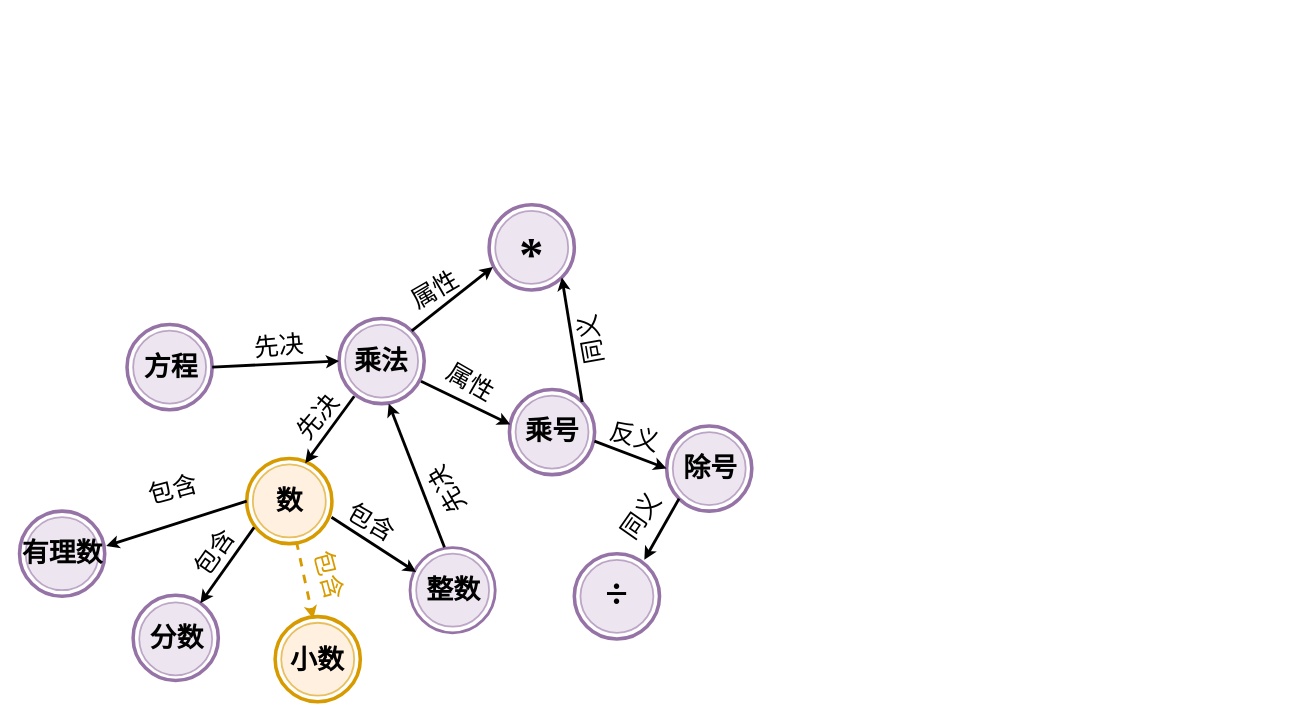
Before: ckg.drawio in yjq12/DeepKE, a draw.io diagram. Source tidied: cells renumbered, new cells numbered last; positions are measured from the earlier drawing's top-left corner, leaving out a move shared by most shapes. Both pictures are drawn from the tidied source at 71%, with x=0, y=0 at pixel (12, 204).
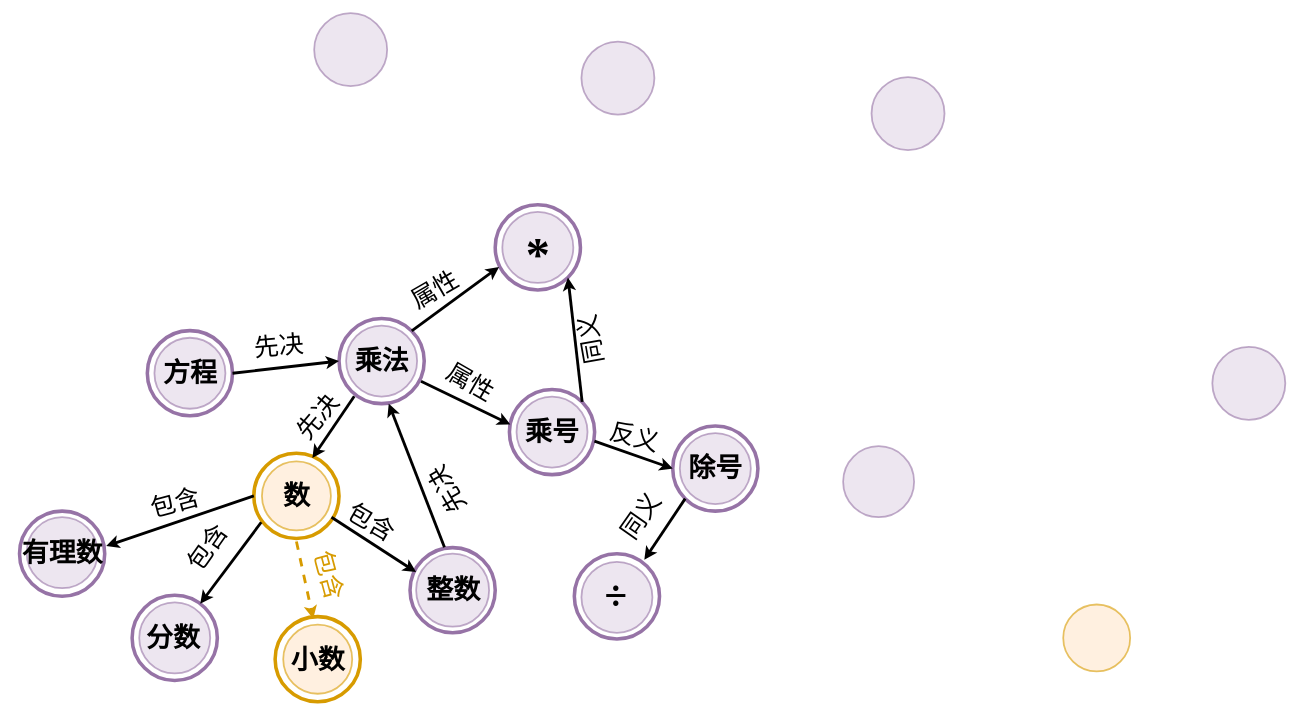
After the change.

What changed in the source:
```diff
@@
     <mxCell id="2" style="ellipse;whiteSpace=wrap;html=1;strokeWidth=2.5;fillColor=#ffe6cc;strokeColor=#d79b00;fontFamily=Times New Roman;fontSize=50;hachureGap=4;opacity=60;" parent="1" vertex="1">
-      <mxGeometry x="338.6" y="365.7" width="102.8" height="102.8" as="geometry" />
+      <mxGeometry x="1480" y="562.9" width="94.3" height="94.3" as="geometry" />
     </mxCell>
     <mxCell id="3" style="ellipse;whiteSpace=wrap;html=1;strokeWidth=5;fillColor=none;strokeColor=#d79b00;fontFamily=Times New Roman;fontSize=50;hachureGap=4;" parent="1" vertex="1">
-      <mxGeometry x="330" y="357.2" width="120" height="120" as="geometry" />
+      <mxGeometry x="340" y="350" width="120" height="120" as="geometry" />
     </mxCell>
-    <mxCell id="4" style="ellipse;whiteSpace=wrap;html=1;strokeWidth=4;fillColor=none;strokeColor=#9673a6;fontFamily=Times New Roman;fontSize=50;hachureGap=4;" parent="1" vertex="1">
+    <mxCell id="4" style="ellipse;whiteSpace=wrap;html=1;strokeWidth=5;fillColor=none;strokeColor=#9673a6;fontFamily=Times New Roman;fontSize=50;hachureGap=4;" parent="1" vertex="1">
       <mxGeometry x="560" y="482.8" width="120" height="120" as="geometry" />
     </mxCell>
@@
     <mxCell id="7" style="ellipse;whiteSpace=wrap;html=1;strokeWidth=2.5;fillColor=#e1d5e7;strokeColor=#9673a6;fontFamily=Times New Roman;fontSize=50;hachureGap=4;opacity=60;" parent="1" vertex="1">
-      <mxGeometry x="178.6" y="560" width="102.8" height="102.8" as="geometry" />
+      <mxGeometry x="178.6" y="560" width="100" height="100" as="geometry" />
     </mxCell>
     <mxCell id="8" style="ellipse;whiteSpace=wrap;html=1;strokeWidth=5;fillColor=none;strokeColor=#9673a6;fontFamily=Times New Roman;fontSize=50;hachureGap=4;" parent="1" vertex="1">
-      <mxGeometry x="170" y="550" width="120" height="120" as="geometry" />
+      <mxGeometry x="168.6" y="550" width="120" height="120" as="geometry" />
     </mxCell>
@@
     <mxCell id="11" style="ellipse;whiteSpace=wrap;html=1;strokeWidth=2.5;fillColor=#ffe6cc;strokeColor=#d79b00;fontFamily=Times New Roman;fontSize=50;hachureGap=4;opacity=60;" parent="1" vertex="1">
-      <mxGeometry x="378.6" y="588.6" width="102.8" height="102.8" as="geometry" />
+      <mxGeometry x="381.4" y="591.4" width="97.2" height="97.2" as="geometry" />
     </mxCell>
@@
     <mxCell id="15" style="ellipse;whiteSpace=wrap;html=1;strokeWidth=2.5;fillColor=#e1d5e7;strokeColor=#9673a6;fontFamily=Times New Roman;fontSize=50;hachureGap=4;opacity=60;" parent="1" vertex="1">
-      <mxGeometry x="18.6" y="440" width="102.8" height="102.8" as="geometry" />
+      <mxGeometry x="20" y="440" width="100" height="100" as="geometry" />
     </mxCell>
@@
     <mxCell id="17" style="ellipse;whiteSpace=wrap;html=1;strokeWidth=2.5;fillColor=#e1d5e7;strokeColor=#9673a6;fontFamily=Times New Roman;fontSize=50;hachureGap=4;opacity=60;" parent="1" vertex="1">
-      <mxGeometry x="468.6" y="168.6" width="102.8" height="102.8" as="geometry" />
+      <mxGeometry x="1210" y="-180" width="102.8" height="102.8" as="geometry" />
     </mxCell>
@@
     <mxCell id="19" style="ellipse;whiteSpace=wrap;html=1;strokeWidth=2.5;fillColor=#e1d5e7;strokeColor=#9673a6;fontFamily=Times New Roman;fontSize=50;hachureGap=4;opacity=60;" parent="1" vertex="1">
-      <mxGeometry x="170" y="177.2" width="102.8" height="102.8" as="geometry" />
+      <mxGeometry x="801.4" y="-230" width="102.8" height="102.8" as="geometry" />
     </mxCell>
     <mxCell id="20" style="ellipse;whiteSpace=wrap;html=1;strokeWidth=5;fillColor=none;strokeColor=#9673a6;fontFamily=Times New Roman;fontSize=50;hachureGap=4;" parent="1" vertex="1">
-      <mxGeometry x="161.4" y="168.6" width="120" height="120" as="geometry" />
+      <mxGeometry x="190" y="177.2" width="120" height="120" as="geometry" />
     </mxCell>
@@
     <mxCell id="22" style="ellipse;whiteSpace=wrap;html=1;strokeWidth=2.5;fillColor=#e1d5e7;strokeColor=#9673a6;fontFamily=Times New Roman;fontSize=50;hachureGap=4;opacity=60;" parent="1" vertex="1">
-      <mxGeometry x="680" y="8.6" width="102.8" height="102.8" as="geometry" />
+      <mxGeometry x="425" y="-270" width="102.8" height="102.8" as="geometry" />
     </mxCell>
     <mxCell id="23" style="ellipse;whiteSpace=wrap;html=1;strokeWidth=5;fillColor=none;strokeColor=#9673a6;fontFamily=Times New Roman;fontSize=50;hachureGap=4;" parent="1" vertex="1">
-      <mxGeometry x="671.4" width="120" height="120" as="geometry" />
+      <mxGeometry x="680" width="120" height="120" as="geometry" />
     </mxCell>
@@
     <mxCell id="25" style="ellipse;whiteSpace=wrap;html=1;strokeWidth=2.5;fillColor=#e1d5e7;strokeColor=#9673a6;fontFamily=Times New Roman;fontSize=50;hachureGap=4;opacity=60;" parent="1" vertex="1">
-      <mxGeometry x="708.6" y="268.6" width="102.8" height="102.8" as="geometry" />
+      <mxGeometry x="1690" y="200" width="102.8" height="102.8" as="geometry" />
     </mxCell>
-    <mxCell id="26" style="ellipse;whiteSpace=wrap;html=1;strokeWidth=2.5;fillColor=#e1d5e7;strokeColor=#9673a6;fontFamily=Times New Roman;fontSize=50;hachureGap=4;opacity=60;" parent="1" vertex="1">
-      <mxGeometry x="930" y="320" width="102.8" height="102.8" as="geometry" />
-    </mxCell>
     <mxCell id="27" style="ellipse;whiteSpace=wrap;html=1;strokeWidth=5;fillColor=none;strokeColor=#9673a6;fontFamily=Times New Roman;fontSize=50;hachureGap=4;" parent="1" vertex="1">
-      <mxGeometry x="921.4" y="311.4" width="120" height="120" as="geometry" />
+      <mxGeometry x="930" y="311.4" width="120" height="120" as="geometry" />
     </mxCell>
@@
     <mxCell id="29" style="ellipse;whiteSpace=wrap;html=1;strokeWidth=2.5;fillColor=#e1d5e7;strokeColor=#9673a6;fontFamily=Times New Roman;fontSize=50;hachureGap=4;opacity=60;" parent="1" vertex="1">
-      <mxGeometry x="800" y="500" width="102.8" height="102.8" as="geometry" />
+      <mxGeometry x="801.4" y="502.8" width="100" height="100" as="geometry" />
     </mxCell>
@@
-    <mxCell id="35" value="&lt;font style=&quot;font-size: 38px;&quot; face=&quot;Times New Roman&quot;&gt;&lt;b&gt;乘法&lt;/b&gt;&lt;/font&gt;" style="text;html=1;align=center;verticalAlign=middle;strokeColor=none;fillColor=none;fontFamily=Architects Daughter;" parent="1" vertex="1">
-      <mxGeometry x="468.6" y="190" width="100" height="60" as="geometry" />
-    </mxCell>
-    <mxCell id="36" value="&lt;font face=&quot;Times New Roman&quot;&gt;&lt;span style=&quot;font-size: 38px;&quot;&gt;&lt;b&gt;数&lt;/b&gt;&lt;/span&gt;&lt;/font&gt;" style="text;html=1;align=center;verticalAlign=middle;strokeColor=none;fillColor=none;fontFamily=Architects Daughter;" parent="1" vertex="1">
-      <mxGeometry x="360" y="387.2" width="60" height="60" as="geometry" />
-    </mxCell>
-    <mxCell id="37" value="&lt;font face=&quot;Times New Roman&quot;&gt;&lt;span style=&quot;font-size: 38px;&quot;&gt;&lt;b&gt;小数&lt;/b&gt;&lt;/span&gt;&lt;/font&gt;" style="text;html=1;align=center;verticalAlign=middle;strokeColor=none;fillColor=none;fontFamily=Architects Daughter;" parent="1" vertex="1">
-      <mxGeometry x="378.6" y="611.4" width="100" height="60" as="geometry" />
-    </mxCell>
@@
     <mxCell id="41" value="&lt;font face=&quot;Times New Roman&quot;&gt;&lt;span style=&quot;font-size: 38px;&quot;&gt;&lt;b&gt;分数&lt;/b&gt;&lt;/span&gt;&lt;/font&gt;" style="text;html=1;align=center;verticalAlign=middle;strokeColor=none;fillColor=none;fontFamily=Architects Daughter;" parent="1" vertex="1">
-      <mxGeometry x="181.4" y="580" width="100" height="60" as="geometry" />
+      <mxGeometry x="176.4" y="580" width="100" height="60" as="geometry" />
     </mxCell>
@@
-    <mxCell id="43" value="&lt;font face=&quot;Times New Roman&quot;&gt;&lt;span style=&quot;font-size: 38px;&quot;&gt;&lt;b&gt;方程&lt;/b&gt;&lt;/span&gt;&lt;/font&gt;" style="text;html=1;align=center;verticalAlign=middle;strokeColor=none;fillColor=none;fontFamily=Architects Daughter;" parent="1" vertex="1">
-      <mxGeometry x="172.8" y="198.6" width="100" height="60" as="geometry" />
-    </mxCell>
-    <mxCell id="44" value="&lt;font size=&quot;1&quot; face=&quot;Times New Roman&quot;&gt;&lt;b style=&quot;font-size: 68px;&quot;&gt;*&lt;/b&gt;&lt;/font&gt;" style="text;html=1;align=center;verticalAlign=middle;strokeColor=none;fillColor=none;fontFamily=Architects Daughter;" parent="1" vertex="1">
-      <mxGeometry x="701.4" y="20" width="60" height="100" as="geometry" />
-    </mxCell>
@@
     <mxCell id="54" value="&lt;font style=&quot;font-size: 35px;&quot; face=&quot;Times New Roman&quot;&gt;包含&lt;/font&gt;" style="text;html=1;align=center;verticalAlign=middle;strokeColor=none;fillColor=none;fontFamily=Architects Daughter;rotation=-15;" parent="1" vertex="1">
-      <mxGeometry x="181.4" y="371.4" width="90" height="60" as="geometry" />
+      <mxGeometry x="183.6" y="390" width="90" height="60" as="geometry" />
     </mxCell>
     <mxCell id="55" value="&lt;font style=&quot;font-size: 35px;&quot; face=&quot;Times New Roman&quot;&gt;包含&lt;/font&gt;" style="text;html=1;align=center;verticalAlign=middle;strokeColor=none;fillColor=none;fontFamily=Architects Daughter;rotation=-55;" parent="1" vertex="1">
-      <mxGeometry x="240" y="460" width="90" height="60" as="geometry" />
+      <mxGeometry x="230" y="452.9" width="90" height="60" as="geometry" />
     </mxCell>
+    <mxCell id="58" value="&lt;font size=&quot;1&quot; face=&quot;Times New Roman&quot;&gt;&lt;b style=&quot;font-size: 58px;&quot;&gt;÷&lt;/b&gt;&lt;/font&gt;" style="text;html=1;align=center;verticalAlign=middle;strokeColor=none;fillColor=none;fontFamily=Architects Daughter;" parent="1" vertex="1">
+      <mxGeometry x="820" y="511.4" width="60" height="80" as="geometry" />
+    </mxCell>
+    <mxCell id="59" style="ellipse;whiteSpace=wrap;html=1;strokeWidth=2.5;fillColor=#e1d5e7;strokeColor=#9673a6;fontFamily=Times New Roman;fontSize=50;hachureGap=4;opacity=60;" parent="1" vertex="1">
+      <mxGeometry x="940" y="321.4" width="100" height="100" as="geometry" />
+    </mxCell>
+    <mxCell id="60" style="ellipse;whiteSpace=wrap;html=1;strokeWidth=2.5;fillColor=#e1d5e7;strokeColor=#9673a6;fontFamily=Times New Roman;fontSize=50;hachureGap=4;opacity=60;" parent="1" vertex="1">
+      <mxGeometry x="710" y="270" width="100" height="100" as="geometry" />
+    </mxCell>
+    <mxCell id="57" value="&lt;font style=&quot;font-size: 38px;&quot; face=&quot;Times New Roman&quot;&gt;&lt;b&gt;除号&lt;/b&gt;&lt;/font&gt;" style="text;html=1;align=center;verticalAlign=middle;strokeColor=none;fillColor=none;fontFamily=Architects Daughter;" parent="1" vertex="1">
+      <mxGeometry x="940" y="341.4" width="100" height="60" as="geometry" />
+    </mxCell>
+    <mxCell id="61" style="ellipse;whiteSpace=wrap;html=1;strokeWidth=2.5;fillColor=#e1d5e7;strokeColor=#9673a6;fontFamily=Times New Roman;fontSize=50;hachureGap=4;opacity=60;" parent="1" vertex="1">
+      <mxGeometry x="1170" y="340" width="100" height="100" as="geometry" />
+    </mxCell>
     <mxCell id="56" value="&lt;font style=&quot;font-size: 38px;&quot; face=&quot;Times New Roman&quot;&gt;&lt;b&gt;乘号&lt;/b&gt;&lt;/font&gt;" style="text;html=1;align=center;verticalAlign=middle;strokeColor=none;fillColor=none;fontFamily=Architects Daughter;" parent="1" vertex="1">
-      <mxGeometry x="710" y="288.6" width="100" height="60" as="geometry" />
+      <mxGeometry x="710" y="290" width="100" height="60" as="geometry" />
     </mxCell>
-    <mxCell id="57" value="&lt;font style=&quot;font-size: 38px;&quot; face=&quot;Times New Roman&quot;&gt;&lt;b&gt;除号&lt;/b&gt;&lt;/font&gt;" style="text;html=1;align=center;verticalAlign=middle;strokeColor=none;fillColor=none;fontFamily=Architects Daughter;" parent="1" vertex="1">
-      <mxGeometry x="932.8" y="341.4" width="100" height="60" as="geometry" />
-    </mxCell>
-    <mxCell id="58" value="&lt;font size=&quot;1&quot; face=&quot;Times New Roman&quot;&gt;&lt;b style=&quot;font-size: 58px;&quot;&gt;÷&lt;/b&gt;&lt;/font&gt;" style="text;html=1;align=center;verticalAlign=middle;strokeColor=none;fillColor=none;fontFamily=Architects Daughter;" parent="1" vertex="1">
-      <mxGeometry x="821.4" y="508.6" width="60" height="80" as="geometry" />
-    </mxCell>
+    <mxCell id="62" style="ellipse;whiteSpace=wrap;html=1;strokeWidth=2.5;fillColor=#e1d5e7;strokeColor=#9673a6;fontFamily=Times New Roman;fontSize=50;hachureGap=4;opacity=60;" parent="1" vertex="1">
+      <mxGeometry x="690" y="10" width="100" height="100" as="geometry" />
+    </mxCell>
+    <mxCell id="44" value="&lt;font size=&quot;1&quot; face=&quot;Times New Roman&quot;&gt;&lt;b style=&quot;font-size: 68px;&quot;&gt;*&lt;/b&gt;&lt;/font&gt;" style="text;html=1;align=center;verticalAlign=middle;strokeColor=none;fillColor=none;fontFamily=Architects Daughter;" parent="1" vertex="1">
+      <mxGeometry x="710" y="20" width="60" height="100" as="geometry" />
+    </mxCell>
+    <mxCell id="63" style="ellipse;whiteSpace=wrap;html=1;strokeWidth=2.5;fillColor=#e1d5e7;strokeColor=#9673a6;fontFamily=Times New Roman;fontSize=50;hachureGap=4;opacity=60;" parent="1" vertex="1">
+      <mxGeometry x="470" y="170" width="100" height="100" as="geometry" />
+    </mxCell>
+    <mxCell id="35" value="&lt;font style=&quot;font-size: 38px;&quot; face=&quot;Times New Roman&quot;&gt;&lt;b&gt;乘法&lt;/b&gt;&lt;/font&gt;" style="text;html=1;align=center;verticalAlign=middle;strokeColor=none;fillColor=none;fontFamily=Architects Daughter;" parent="1" vertex="1">
+      <mxGeometry x="470" y="190" width="100" height="60" as="geometry" />
+    </mxCell>
+    <mxCell id="64" style="ellipse;whiteSpace=wrap;html=1;strokeWidth=2.5;fillColor=#e1d5e7;strokeColor=#9673a6;fontFamily=Times New Roman;fontSize=50;hachureGap=4;opacity=60;" parent="1" vertex="1">
+      <mxGeometry x="200" y="187.2" width="100" height="100" as="geometry" />
+    </mxCell>
+    <mxCell id="43" value="&lt;font face=&quot;Times New Roman&quot;&gt;&lt;span style=&quot;font-size: 38px;&quot;&gt;&lt;b&gt;方程&lt;/b&gt;&lt;/span&gt;&lt;/font&gt;" style="text;html=1;align=center;verticalAlign=middle;strokeColor=none;fillColor=none;fontFamily=Architects Daughter;" parent="1" vertex="1">
+      <mxGeometry x="200" y="207.2" width="100" height="60" as="geometry" />
+    </mxCell>
+    <mxCell id="65" style="ellipse;whiteSpace=wrap;html=1;strokeWidth=2.5;fillColor=#ffe6cc;strokeColor=#d79b00;fontFamily=Times New Roman;fontSize=50;hachureGap=4;opacity=60;" parent="1" vertex="1">
+      <mxGeometry x="351.4" y="361.4" width="97.2" height="97.2" as="geometry" />
+    </mxCell>
+    <mxCell id="37" value="&lt;font face=&quot;Times New Roman&quot;&gt;&lt;span style=&quot;font-size: 38px;&quot;&gt;&lt;b&gt;小数&lt;/b&gt;&lt;/span&gt;&lt;/font&gt;" style="text;html=1;align=center;verticalAlign=middle;strokeColor=none;fillColor=none;fontFamily=Architects Daughter;" parent="1" vertex="1">
+      <mxGeometry x="380" y="611.4" width="100" height="60" as="geometry" />
+    </mxCell>
+    <mxCell id="36" value="&lt;font face=&quot;Times New Roman&quot;&gt;&lt;span style=&quot;font-size: 38px;&quot;&gt;&lt;b&gt;数&lt;/b&gt;&lt;/span&gt;&lt;/font&gt;" style="text;html=1;align=center;verticalAlign=middle;strokeColor=none;fillColor=none;fontFamily=Architects Daughter;" parent="1" vertex="1">
+      <mxGeometry x="370" y="380" width="60" height="60" as="geometry" />
+    </mxCell>
```
